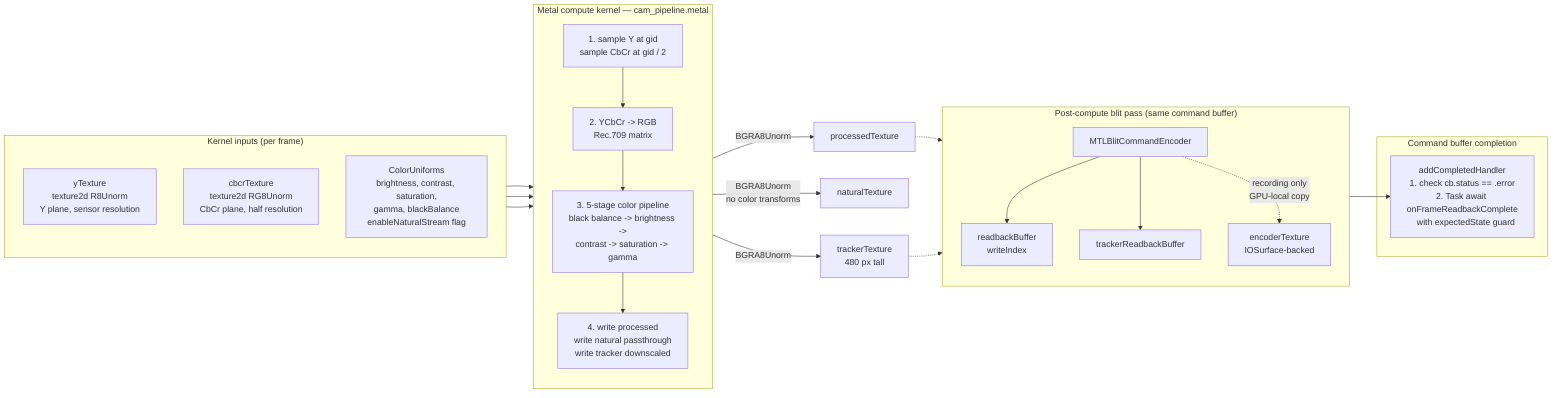
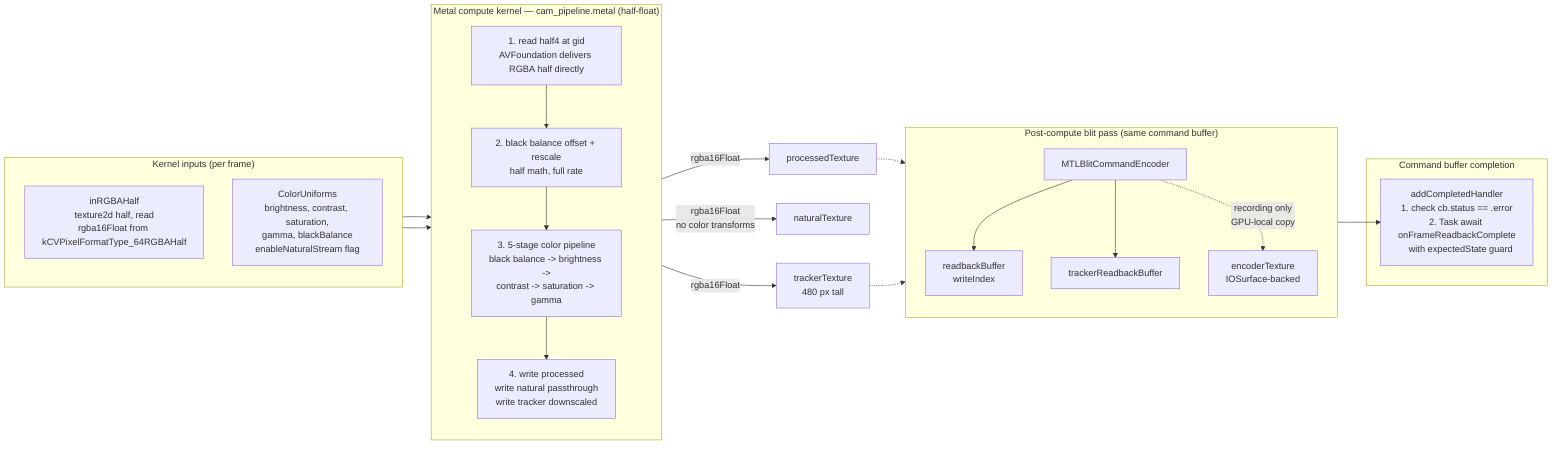
flowchart LR
    subgraph Inputs["Kernel inputs (per frame)"]
        direction TB
-         Y[yTexture<br/>texture2d R8Unorm<br/>Y plane, sensor resolution]
-         CB[cbcrTexture<br/>texture2d RG8Unorm<br/>CbCr plane, half resolution]
+         IN[inRGBAHalf<br/>texture2d half, read<br/>rgba16Float from kCVPixelFormatType_64RGBAHalf]
        U[ColorUniforms<br/>brightness, contrast, saturation,<br/>gamma, blackBalance<br/>enableNaturalStream flag]
    end

-     subgraph Kernel["Metal compute kernel — cam_pipeline.metal"]
+     subgraph Kernel["Metal compute kernel — cam_pipeline.metal (half-float)"]
        direction TB
-         K1[1. sample Y at gid<br/>sample CbCr at gid / 2]
-         K2[2. YCbCr -> RGB<br/>Rec.709 matrix]
+         K1[1. read half4 at gid<br/>AVFoundation delivers RGBA half directly]
+         K2[2. black balance offset + rescale<br/>half math, full rate]
        K3[3. 5-stage color pipeline<br/>black balance -> brightness -><br/>contrast -> saturation -> gamma]
        K4[4. write processed<br/>write natural passthrough<br/>write tracker downscaled]
        K1 --> K2 --> K3 --> K4
    end

-     Y --> Kernel
-     CB --> Kernel
+     IN --> Kernel
    U --> Kernel

-     Kernel -->|BGRA8Unorm| P[processedTexture]
-     Kernel -->|BGRA8Unorm<br/>no color transforms| N[naturalTexture]
-     Kernel -->|BGRA8Unorm| T[trackerTexture<br/>480 px tall]
+     Kernel -->|rgba16Float| P[processedTexture]
+     Kernel -->|rgba16Float<br/>no color transforms| N[naturalTexture]
+     Kernel -->|rgba16Float| T[trackerTexture<br/>480 px tall]

    subgraph BlitPass["Post-compute blit pass (same command buffer)"]
        direction TB
        BE[MTLBlitCommandEncoder]
        BE --> RB1[readbackBuffer<br/>writeIndex]
        BE --> TRB[trackerReadbackBuffer]
        BE -.->|recording only<br/>GPU-local copy| ENCT[encoderTexture<br/>IOSurface-backed]
    end

    P -.-> BE
    T -.-> BE

    subgraph Completion["Command buffer completion"]
        CH[addCompletedHandler<br/>1. check cb.status == .error<br/>2. Task await onFrameReadbackComplete<br/>   with expectedState guard]
    end

    BlitPass --> CH
